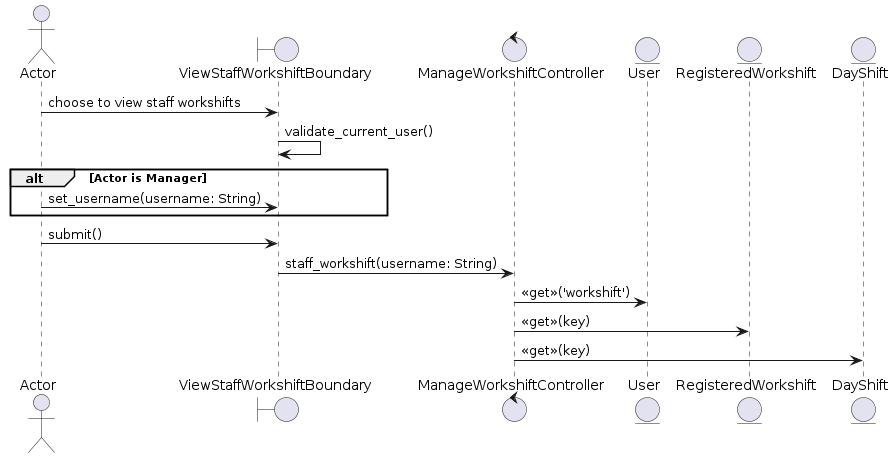
Before: docs/UML/Sequence Diagrams/view-staff-workshifts.png, a diagram exported from PlantUML (LapTQ/MCT).
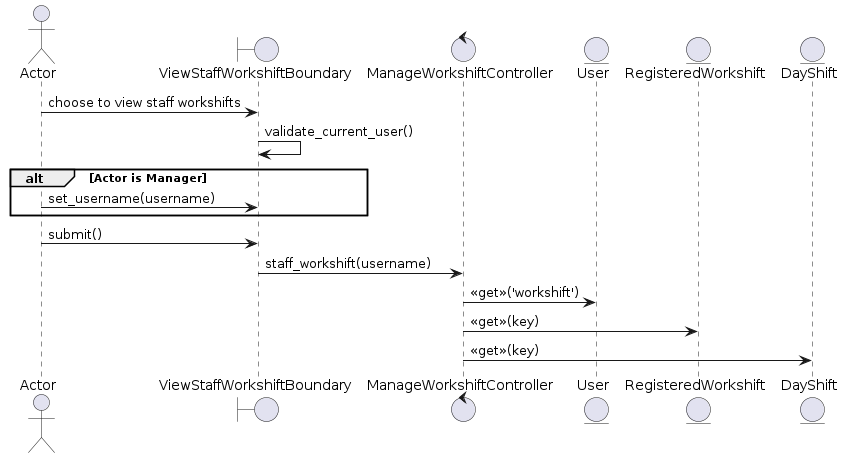
The same diagram one commit later.

Change to the diagram source:
```diff
@@ -11,11 +11,11 @@
 B1 -> B1: validate_current_user()
 
 alt Actor is Manager
-    A1 -> B1: set_username(username: String)
+    A1 -> B1: set_username(username)
 end
 
 A1 -> B1: submit()
-B1 -> C: staff_workshift(username: String)
+B1 -> C: staff_workshift(username)
 C -> E1: <<get>>('workshift')
 C -> E2: <<get>>(key)
 C -> E3: <<get>>(key)
```
